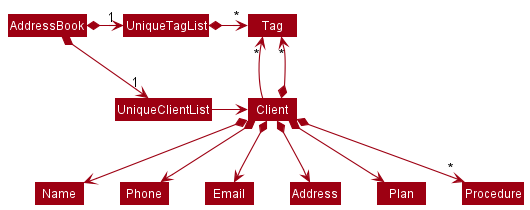
The PlantUML diagram docs/images/BetterModelClassDiagram.png in nus-cs2103-AY2122S2/tp, before a commit.
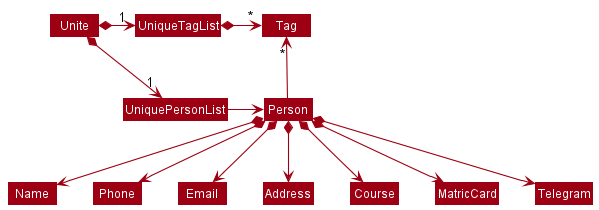
The same file after the commit.

Diff of the diagram source:
```diff
@@ -4,21 +4,24 @@
 skinparam arrowColor MODEL_COLOR
 skinparam classBackgroundColor MODEL_COLOR
 
-AddressBook *-right-> "1" UniqueClientList
-AddressBook *-right-> "1" UniqueTagList
-UniqueTagList -[hidden]down- UniqueClientList
-UniqueTagList -[hidden]down- UniqueClientList
+Unite *-right-> "1" UniquePersonList
+Unite *-right-> "1" UniqueTagList
+UniqueTagList -[hidden]down- UniquePersonList
+UniqueTagList -[hidden]down- UniquePersonList
 
 UniqueTagList *-right-> "*" Tag
-UniqueClientList -right-> Client
+UniquePersonList -right-> Person
 
-Client -up-> "*" Tag
+Person -up-> "*" Tag
 
-Client *--> Name
-Client *--> Phone
-Client *--> Email
-Client *--> Address
-Client *--> Plan
-Client *--> "*" Tag
-Client *--> "*" Procedure
+Person *--> Name
+Person *--> Phone
+Person *--> Email
+Person *--> Address
+Person *--> Course
+Person *--> MatricCard
+Person *--> Telegram
+
+
+
 @enduml
```
